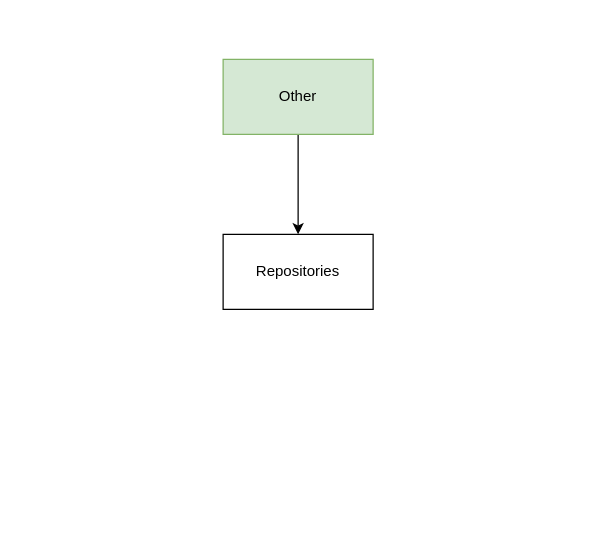
This is r_sepparation.drawio from rkhaimov/brain-gym, a draw.io file, before an edit. Source tidied: cells renumbered, new cells numbered last; positions are measured from the earlier drawing's top-left corner, leaving out a move shared by most shapes. Both pictures are drawn from the tidied source at 125%, with x=0, y=0 at pixel (222, 59).
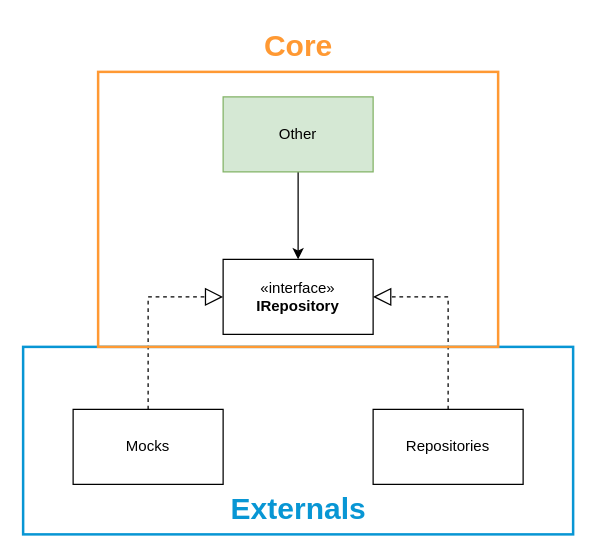
The same page after the edit.

Diff of the diagram source:
```diff
@@
 <mxGraphModel>
   <root>
     <mxCell id="0" />
     <mxCell id="1" parent="0" />
-    <mxCell id="2" style="edgeStyle=orthogonalEdgeStyle;rounded=0;jettySize=auto;html=1;" parent="1" edge="1" source="3" target="4">
-      <mxGeometry relative="1" as="geometry" />
-    </mxCell>
+    <mxCell id="5" style="edgeStyle=orthogonalEdgeStyle;rounded=0;jettySize=auto;html=1;" parent="1" edge="1" source="3" target="6">
+      <mxGeometry relative="1" as="geometry" />
+    </mxCell>
     <mxCell id="3" value="Other" style="rounded=0;whiteSpace=wrap;html=1;fillColor=#d5e8d4;strokeColor=#82b366;" parent="1" vertex="1">
-      <mxGeometry width="120" height="60" as="geometry" />
+      <mxGeometry y="30" width="120" height="60" as="geometry" />
     </mxCell>
     <mxCell id="4" value="Repositories" style="rounded=0;whiteSpace=wrap;html=1;" parent="1" vertex="1">
-      <mxGeometry y="140" width="120" height="60" as="geometry" />
+      <mxGeometry x="120" y="280" width="120" height="60" as="geometry" />
     </mxCell>
+    <mxCell id="6" value="«interface»&lt;br&gt;&lt;b&gt;IRepository&lt;/b&gt;" style="html=1;whiteSpace=wrap;" parent="1" vertex="1">
+      <mxGeometry y="160" width="120" height="60" as="geometry" />
+    </mxCell>
+    <mxCell id="7" style="endArrow=block;dashed=1;endFill=0;endSize=12;html=1;rounded=0;exitX=0.5;exitY=0;exitDx=0;exitDy=0;entryX=1;entryY=0.5;entryDx=0;entryDy=0;" parent="1" edge="1" source="4" target="6">
+      <mxGeometry relative="1" as="geometry">
+        <Array as="points">
+          <mxPoint x="180" y="190" />
+        </Array>
+      </mxGeometry>
+    </mxCell>
+    <mxCell id="8" value="Mocks" style="rounded=0;whiteSpace=wrap;html=1;" parent="1" vertex="1">
+      <mxGeometry x="-120" y="280" width="120" height="60" as="geometry" />
+    </mxCell>
+    <mxCell id="9" style="endArrow=block;dashed=1;endFill=0;endSize=12;html=1;rounded=0;exitX=0.5;exitY=0;exitDx=0;exitDy=0;entryX=0;entryY=0.5;entryDx=0;entryDy=0;" parent="1" edge="1" source="8" target="6">
+      <mxGeometry relative="1" as="geometry">
+        <Array as="points">
+          <mxPoint x="-60" y="190" />
+        </Array>
+      </mxGeometry>
+    </mxCell>
+    <mxCell id="10" style="rounded=0;whiteSpace=wrap;html=1;fillColor=none;strokeColor=#0896d4;strokeWidth=2;fontColor=#000000;labelBackgroundColor=default;" parent="1" vertex="1">
+      <mxGeometry x="-160" y="230" width="440" height="150" as="geometry" />
+    </mxCell>
+    <mxCell id="11" value="Core" style="text;strokeColor=none;fillColor=none;html=1;fontSize=24;fontStyle=1;verticalAlign=middle;align=center;fontColor=#ff9933;labelBorderColor=none;labelBackgroundColor=default;" parent="1" vertex="1">
+      <mxGeometry x="10" y="-30" width="100" height="40" as="geometry" />
+    </mxCell>
+    <mxCell id="12" style="rounded=0;whiteSpace=wrap;html=1;fillColor=none;strokeColor=#FF9933;strokeWidth=2;" parent="1" vertex="1">
+      <mxGeometry x="-100" y="10" width="320" height="220" as="geometry" />
+    </mxCell>
+    <mxCell id="13" value="Externals" style="text;strokeColor=none;fillColor=none;html=1;fontSize=24;fontStyle=1;verticalAlign=middle;align=center;fontColor=#0896d4;labelBorderColor=none;" parent="1" vertex="1">
+      <mxGeometry y="340" width="120" height="40" as="geometry" />
+    </mxCell>
   </root>
 </mxGraphModel>
```
